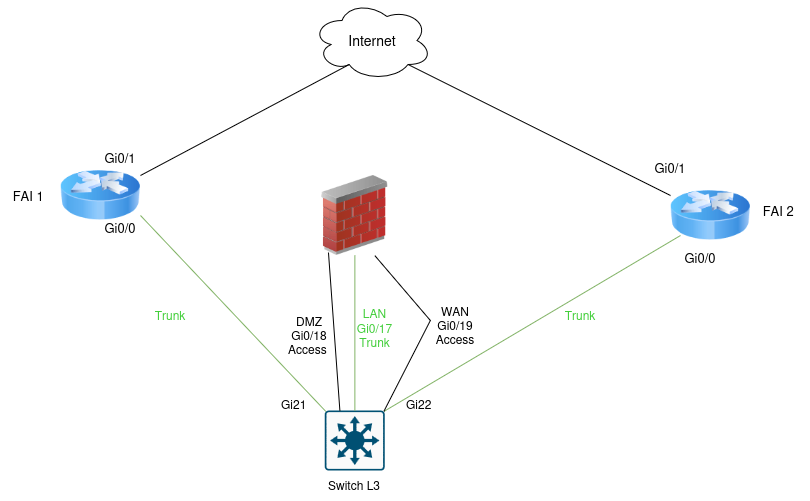
This is docs/annexes/schéma_physique2.drawio.png from Dian3410/Documentation-SporLudique-Tours, a draw.io export, as it was before one commit. Source tidied: cells renumbered, new cells last; positions are measured from the earlier drawing's top-left corner, leaving out a move shared by most shapes.
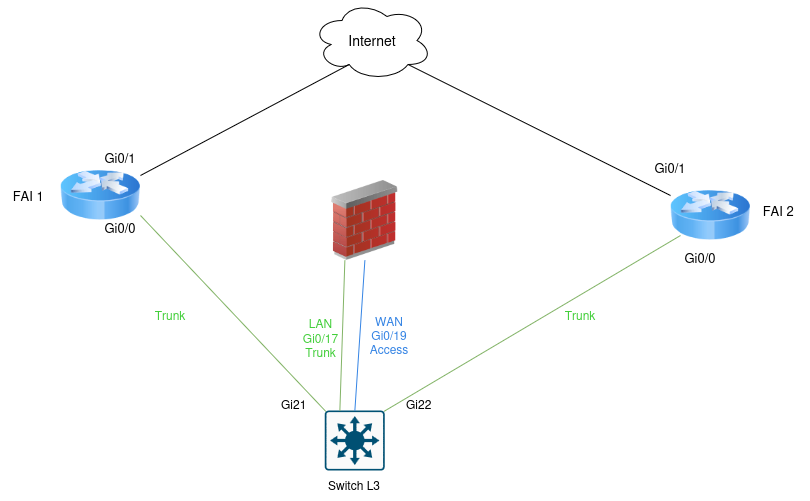
After the commit.

Commit message:
ajout schémas

What changed in the source:
```diff
@@ -60,7 +60,7 @@
       <mxGeometry x="550" y="300" width="60" height="30" as="geometry" />
     </mxCell>
     <mxCell id="21" style="image;html=1;image=img/lib/clip_art/networking/Firewall_02_128x128.png;" parent="1" vertex="1">
-      <mxGeometry x="314.4" y="175" width="80" height="80" as="geometry" />
+      <mxGeometry x="324.4" y="180" width="80" height="80" as="geometry" />
     </mxCell>
     <mxCell id="22" value="&lt;span style=&quot;color: light-dark(rgb(66, 206, 58), rgb(237, 237, 237));&quot;&gt;Trunk&lt;/span&gt;" style="text;html=1;whiteSpace=wrap;strokeColor=none;fillColor=none;align=center;verticalAlign=middle;rounded=0;" parent="1" vertex="1">
       <mxGeometry x="140" y="300" width="60" height="30" as="geometry" />
@@ -68,27 +68,17 @@
     <mxCell id="23" style="endArrow=none;html=1;rounded=0;exitX=0.985;exitY=0.015;exitDx=0;exitDy=0;exitPerimeter=0;fillColor=#d5e8d4;strokeColor=#82b366;entryX=0.25;entryY=0;entryDx=0;entryDy=0;fontColor=light-dark(#42ce3a, #ededed);" parent="1" edge="1" source="4" target="13">
       <mxGeometry relative="1" as="geometry" />
     </mxCell>
-    <mxCell id="24" style="endArrow=none;html=1;rounded=0;exitX=0.25;exitY=0;exitDx=0;exitDy=0;exitPerimeter=0;entryX=0.17;entryY=0.963;entryDx=0;entryDy=0;entryPerimeter=0;" parent="1" edge="1" source="4" target="21">
-      <mxGeometry relative="1" as="geometry" />
-    </mxCell>
-    <mxCell id="25" value="&lt;div&gt;DMZ&lt;/div&gt;&lt;div&gt;Gi0/18&lt;/div&gt;&lt;div&gt;Access&amp;nbsp;&lt;/div&gt;" style="text;html=1;whiteSpace=wrap;strokeColor=none;fillColor=none;align=center;verticalAlign=middle;rounded=0;" parent="1" vertex="1">
-      <mxGeometry x="268.7" y="320" width="80" height="30" as="geometry" />
-    </mxCell>
-    <mxCell id="26" style="endArrow=none;html=1;rounded=0;exitX=0.5;exitY=0;exitDx=0;exitDy=0;exitPerimeter=0;fillColor=#d5e8d4;strokeColor=#82b366;entryX=0.5;entryY=1;entryDx=0;entryDy=0;fontColor=light-dark(#42ce3a, #ededed);" parent="1" edge="1" source="4" target="21">
+    <mxCell id="26" style="endArrow=none;html=1;rounded=0;exitX=0.25;exitY=0;exitDx=0;exitDy=0;exitPerimeter=0;fillColor=#d5e8d4;strokeColor=#82b366;entryX=0.25;entryY=1;entryDx=0;entryDy=0;fontColor=light-dark(#42ce3a, #ededed);" parent="1" edge="1" source="4" target="21">
       <mxGeometry relative="1" as="geometry" />
     </mxCell>
     <mxCell id="27" value="&lt;div&gt;&lt;span style=&quot;color: light-dark(rgb(66, 206, 58), rgb(237, 237, 237));&quot;&gt;LAN&lt;/span&gt;&lt;/div&gt;&lt;div&gt;&lt;span style=&quot;color: light-dark(rgb(66, 206, 58), rgb(237, 237, 237));&quot;&gt;Gi0/17&lt;/span&gt;&lt;/div&gt;&lt;div&gt;&lt;span style=&quot;color: light-dark(rgb(66, 206, 58), rgb(237, 237, 237));&quot;&gt;Trunk&lt;/span&gt;&lt;/div&gt;&lt;div&gt;&lt;span style=&quot;color: light-dark(rgb(66, 206, 58), rgb(237, 237, 237));&quot;&gt;&lt;br&gt;&lt;/span&gt;&lt;/div&gt;" style="text;html=1;whiteSpace=wrap;strokeColor=none;fillColor=none;align=center;verticalAlign=middle;rounded=0;" parent="1" vertex="1">
-      <mxGeometry x="324" y="320" width="101.3" height="30" as="geometry" />
+      <mxGeometry x="270" y="330" width="101.3" height="30" as="geometry" />
     </mxCell>
-    <mxCell id="28" style="endArrow=none;html=1;rounded=0;exitX=0.985;exitY=0.015;exitDx=0;exitDy=0;exitPerimeter=0;entryX=0.75;entryY=1;entryDx=0;entryDy=0;" parent="1" edge="1" source="4" target="21">
-      <mxGeometry relative="1" as="geometry">
-        <Array as="points">
-          <mxPoint x="430" y="320" />
-        </Array>
-      </mxGeometry>
-    </mxCell>
-    <mxCell id="29" value="&lt;div&gt;WAN&lt;/div&gt;&lt;div&gt;Gi0/19&lt;/div&gt;&lt;div&gt;Access&lt;/div&gt;" style="text;html=1;whiteSpace=wrap;strokeColor=none;fillColor=none;align=center;verticalAlign=middle;rounded=0;" parent="1" vertex="1">
-      <mxGeometry x="425.3" y="310" width="60" height="30" as="geometry" />
+    <mxCell id="29" value="&lt;div&gt;&lt;span style=&quot;color: light-dark(rgb(53, 132, 228), rgb(237, 237, 237));&quot;&gt;WAN&lt;/span&gt;&lt;/div&gt;&lt;div&gt;&lt;span style=&quot;color: light-dark(rgb(53, 132, 228), rgb(237, 237, 237));&quot;&gt;Gi0/19&lt;/span&gt;&lt;/div&gt;&lt;div&gt;&lt;span style=&quot;color: light-dark(rgb(53, 132, 228), rgb(237, 237, 237));&quot;&gt;Access&lt;/span&gt;&lt;/div&gt;" style="text;html=1;whiteSpace=wrap;strokeColor=none;fillColor=none;align=center;verticalAlign=middle;rounded=0;" parent="1" vertex="1">
+      <mxGeometry x="359.4" y="320" width="60" height="30" as="geometry" />
     </mxCell>
+    <mxCell id="30" style="endArrow=none;html=1;rounded=0;exitX=0.5;exitY=0;exitDx=0;exitDy=0;exitPerimeter=0;entryX=0.5;entryY=1;entryDx=0;entryDy=0;strokeColor=light-dark(#3584e4, #ededed);" parent="1" edge="1" source="4" target="21">
+      <mxGeometry relative="1" as="geometry" />
+    </mxCell>
   </root>
 </mxGraphModel>
```
